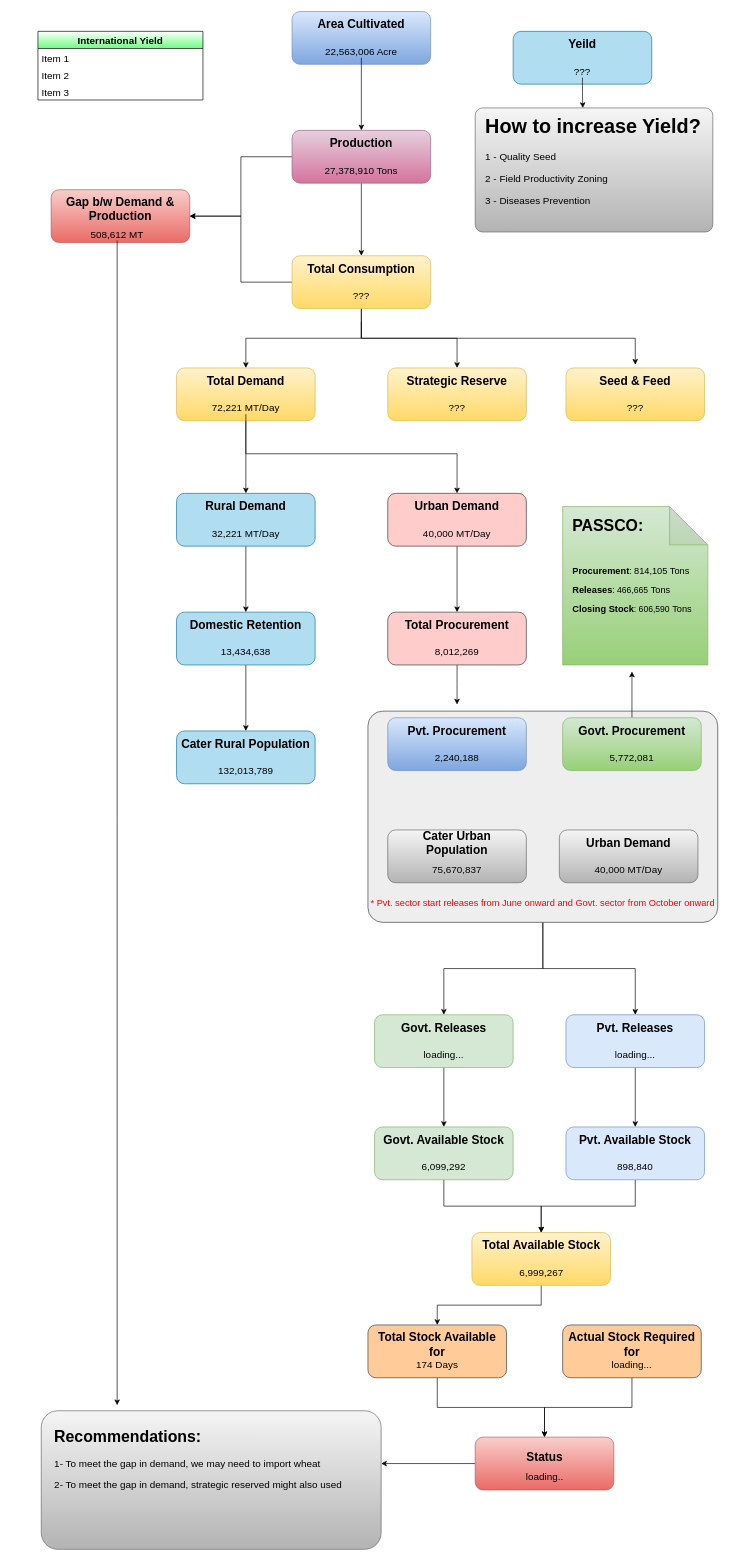
The draw.io diagram flowchart.drawio in MNFSR/drawio, before the edit. Source tidied: cells renumbered, new cells numbered last; positions are measured from the earlier drawing's top-left corner, leaving out a move shared by most shapes. Both pictures are drawn from the tidied source at 66%, with x=0, y=0 at pixel (38, 11).
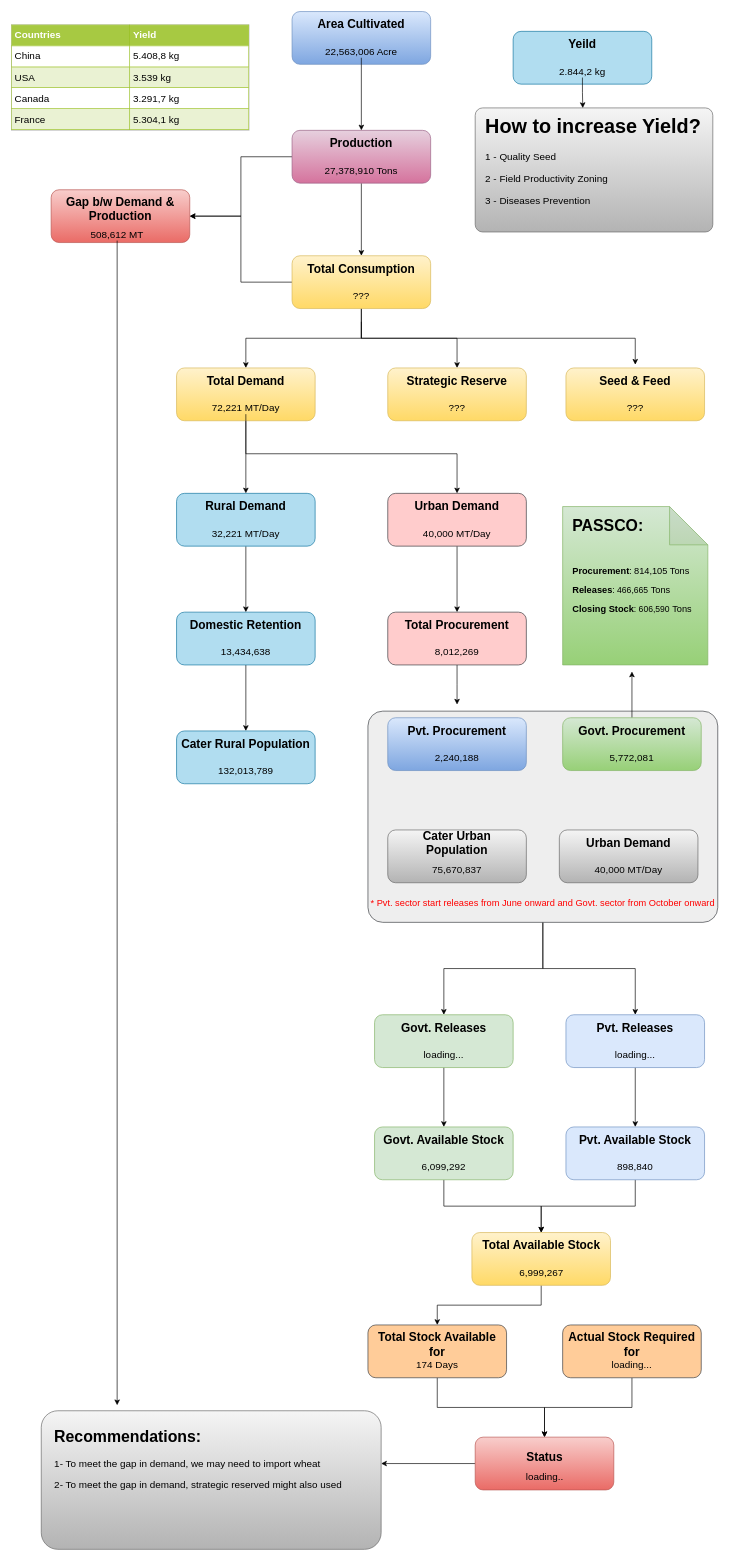
The same page after the edit.

What changed in the source:
```diff
@@
-    <mxCell id="105" value="International Yield" style="swimlane;fontStyle=1;horizontal=1;startSize=26;gradientColor=#6BFF7F;fontSize=15;" parent="1" vertex="1">
-      <mxGeometry y="30" width="250" height="104" as="geometry" />
-    </mxCell>
-    <mxCell id="106" value="Item 1" style="text;strokeColor=none;fillColor=none;align=left;verticalAlign=top;spacingLeft=4;spacingRight=4;overflow=hidden;fontSize=15;" parent="105" vertex="1">
-      <mxGeometry y="26" width="250" height="26" as="geometry" />
-    </mxCell>
-    <mxCell id="107" value="Item 2" style="text;strokeColor=none;fillColor=none;align=left;verticalAlign=top;spacingLeft=4;spacingRight=4;overflow=hidden;fontSize=15;" parent="105" vertex="1">
-      <mxGeometry y="52" width="250" height="26" as="geometry" />
-    </mxCell>
-    <mxCell id="108" value="Item 3" style="text;strokeColor=none;fillColor=none;align=left;verticalAlign=top;spacingLeft=4;spacingRight=4;overflow=hidden;fontSize=15;" parent="105" vertex="1">
-      <mxGeometry y="78" width="250" height="26" as="geometry" />
-    </mxCell>
@@
-    <mxCell id="114" value="&lt;font style=&quot;font-size: 15px&quot;&gt;???&lt;/font&gt;" style="text;html=1;strokeColor=none;fillColor=none;align=center;verticalAlign=middle;whiteSpace=wrap;rounded=0;" parent="1" vertex="1">
+    <mxCell id="114" value="&lt;font style=&quot;font-size: 15px&quot;&gt;2.844,2 kg&lt;/font&gt;" style="text;html=1;strokeColor=none;fillColor=none;align=center;verticalAlign=middle;whiteSpace=wrap;rounded=0;" parent="1" vertex="1">
       <mxGeometry x="730" y="80" width="190" height="20" as="geometry" />
     </mxCell>
+    <mxCell id="115" value="&lt;table border=&quot;1&quot; width=&quot;100%&quot; cellpadding=&quot;4&quot; style=&quot;width: 100% ; height: 100% ; border-collapse: collapse&quot;&gt;&lt;tbody&gt;&lt;tr style=&quot;background-color: #a7c942 ; color: #ffffff ; border: 1px solid #98bf21&quot;&gt;&lt;th align=&quot;left&quot;&gt;Countries&lt;/th&gt;&lt;th align=&quot;left&quot;&gt;Yield&lt;/th&gt;&lt;/tr&gt;&lt;tr style=&quot;border: 1px solid #98bf21&quot;&gt;&lt;td&gt;China&lt;/td&gt;&lt;td&gt;5.408,8 kg&lt;/td&gt;&lt;/tr&gt;&lt;tr style=&quot;background-color: #eaf2d3 ; border: 1px solid #98bf21&quot;&gt;&lt;td&gt;USA&lt;/td&gt;&lt;td&gt;3.539 kg&lt;/td&gt;&lt;/tr&gt;&lt;tr style=&quot;border: 1px solid #98bf21&quot;&gt;&lt;td&gt;Canada&lt;/td&gt;&lt;td&gt;3.291,7 kg&lt;/td&gt;&lt;/tr&gt;&lt;tr style=&quot;background-color: #eaf2d3 ; border: 1px solid #98bf21&quot;&gt;&lt;td&gt;France&lt;/td&gt;&lt;td&gt;5.304,1 kg&lt;/td&gt;&lt;/tr&gt;&lt;/tbody&gt;&lt;/table&gt;" style="text;html=1;strokeColor=#c0c0c0;fillColor=#ffffff;overflow=fill;rounded=0;fontSize=15;" parent="1" vertex="1">
+      <mxGeometry x="-40" y="20" width="360" height="160" as="geometry" />
+    </mxCell>
```
